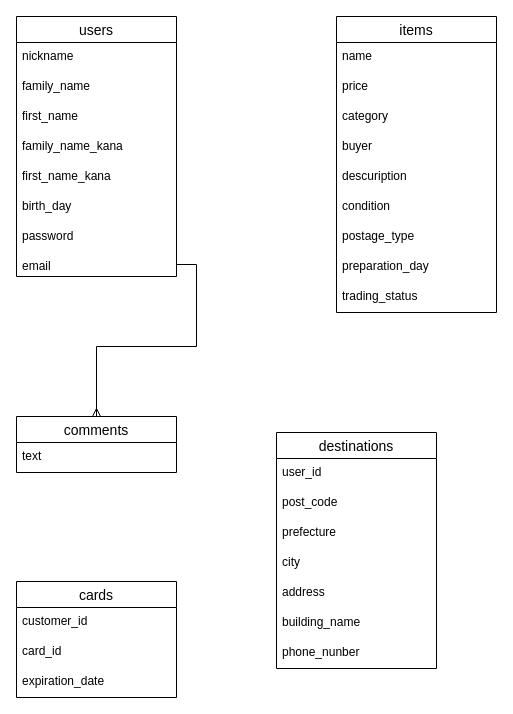
Before: furima.dio in nana-ikegami/furima-35082, a draw.io diagram. Source tidied: cells renumbered, new cells numbered last; positions are measured from the earlier drawing's top-left corner, leaving out a move shared by most shapes. Both pictures are drawn from the tidied source at 100%, with x=0, y=0 at pixel (16, 16).
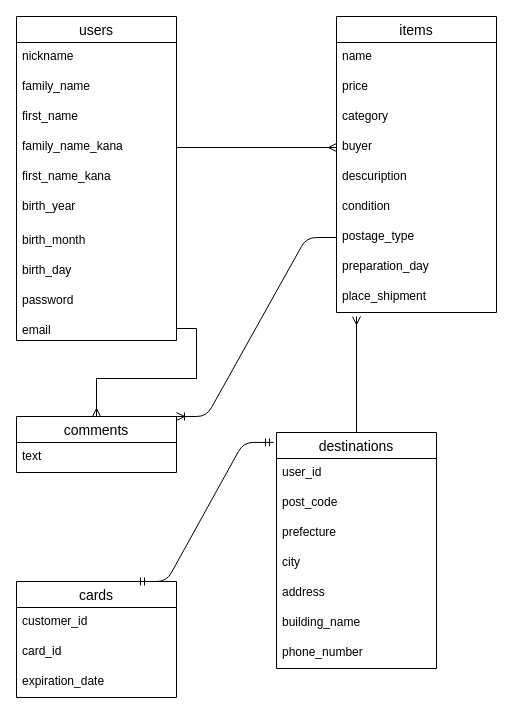
The same diagram, later.

Unchanged cells that the change refers to:
```xml
<mxCell id="6" value="family_name_kana" style="text;strokeColor=none;fillColor=none;spacingLeft=4;spacingRight=4;overflow=hidden;points=[[0,0.5],[1,0.5]];portConstraint=eastwest;fontSize=12;" parent="2" vertex="1">
  <mxGeometry y="116" width="160" height="30" as="geometry" />
</mxCell>
<mxCell id="11" value="items" style="swimlane;fontStyle=0;horizontal=1;startSize=26;align=center;fontSize=14;" parent="1" vertex="1">
  <mxGeometry x="320" width="160" height="296" as="geometry" />
</mxCell>
<mxCell id="15" value="buyer" style="text;strokeColor=none;fillColor=none;spacingLeft=4;spacingRight=4;overflow=hidden;points=[[0,0.5],[1,0.5]];portConstraint=eastwest;fontSize=12;" parent="11" vertex="1">
  <mxGeometry y="116" width="160" height="30" as="geometry" />
</mxCell>
<mxCell id="18" value="postage_type" style="text;strokeColor=none;fillColor=none;spacingLeft=4;spacingRight=4;overflow=hidden;points=[[0,0.5],[1,0.5]];portConstraint=eastwest;fontSize=12;" parent="11" vertex="1">
  <mxGeometry y="206" width="160" height="30" as="geometry" />
</mxCell>
<mxCell id="21" value="comments" style="swimlane;fontStyle=0;horizontal=1;startSize=26;align=center;fontSize=14;" parent="1" vertex="1">
  <mxGeometry y="400" width="160" height="56" as="geometry" />
</mxCell>
<mxCell id="23" value="cards" style="swimlane;fontStyle=0;horizontal=1;startSize=26;align=center;fontSize=14;" parent="1" vertex="1">
  <mxGeometry y="565" width="160" height="116" as="geometry" />
</mxCell>
<mxCell id="27" value="destinations" style="swimlane;fontStyle=0;horizontal=1;startSize=26;align=center;fontSize=14;" parent="1" vertex="1">
  <mxGeometry x="260" y="416" width="160" height="236" as="geometry" />
</mxCell>
```

The edit, as a diff of the source:
```diff
@@
     <mxCell id="2" value="users" style="swimlane;fontStyle=0;horizontal=1;startSize=26;align=center;fontSize=14;" parent="1" vertex="1">
-      <mxGeometry width="160" height="260" as="geometry" />
+      <mxGeometry width="160" height="324" as="geometry" />
     </mxCell>
@@
+    <mxCell id="36" value="birth_year" style="text;strokeColor=none;fillColor=none;spacingLeft=4;spacingRight=4;overflow=hidden;fontSize=12;" parent="2" vertex="1">
+      <mxGeometry y="176" width="160" height="34" as="geometry" />
+    </mxCell>
+    <mxCell id="37" value="birth_month" style="text;strokeColor=none;fillColor=none;spacingLeft=4;spacingRight=4;overflow=hidden;fontSize=12;" parent="2" vertex="1">
+      <mxGeometry y="210" width="160" height="30" as="geometry" />
+    </mxCell>
     <mxCell id="8" value="birth_day" style="text;strokeColor=none;fillColor=none;spacingLeft=4;spacingRight=4;overflow=hidden;fontSize=12;" parent="2" vertex="1">
-      <mxGeometry y="176" width="160" height="30" as="geometry" />
+      <mxGeometry y="240" width="160" height="30" as="geometry" />
     </mxCell>
     <mxCell id="9" value="password" style="text;strokeColor=none;fillColor=none;spacingLeft=4;spacingRight=4;overflow=hidden;fontSize=12;" parent="2" vertex="1">
-      <mxGeometry y="206" width="160" height="30" as="geometry" />
+      <mxGeometry y="270" width="160" height="30" as="geometry" />
     </mxCell>
     <mxCell id="10" value="email" style="text;strokeColor=none;fillColor=none;spacingLeft=4;spacingRight=4;overflow=hidden;points=[[0,0.5],[1,0.5]];portConstraint=eastwest;fontSize=12;" parent="2" vertex="1">
-      <mxGeometry y="236" width="160" height="24" as="geometry" />
+      <mxGeometry y="300" width="160" height="24" as="geometry" />
     </mxCell>
@@
-    <mxCell id="20" value="trading_status" style="text;strokeColor=none;fillColor=none;spacingLeft=4;spacingRight=4;overflow=hidden;fontSize=12;" parent="11" vertex="1">
+    <mxCell id="20" value="place_shipment" style="text;strokeColor=none;fillColor=none;spacingLeft=4;spacingRight=4;overflow=hidden;fontSize=12;" parent="11" vertex="1">
       <mxGeometry y="266" width="160" height="30" as="geometry" />
     </mxCell>
@@
+    <mxCell id="38" style="edgeStyle=orthogonalEdgeStyle;rounded=0;jettySize=auto;html=1;exitX=0.5;exitY=0;exitDx=0;exitDy=0;endArrow=ERmany;endFill=0;" parent="1" edge="1" source="27">
+      <mxGeometry relative="1" as="geometry">
+        <mxPoint x="340" y="300" as="targetPoint" />
+      </mxGeometry>
+    </mxCell>
@@
-    <mxCell id="34" value="phone_nunber" style="text;strokeColor=none;fillColor=none;spacingLeft=4;spacingRight=4;overflow=hidden;fontSize=12;" parent="27" vertex="1">
+    <mxCell id="34" value="phone_number" style="text;strokeColor=none;fillColor=none;spacingLeft=4;spacingRight=4;overflow=hidden;fontSize=12;" parent="27" vertex="1">
       <mxGeometry y="206" width="160" height="30" as="geometry" />
     </mxCell>
@@
+    <mxCell id="39" style="edgeStyle=orthogonalEdgeStyle;rounded=0;jettySize=auto;html=1;exitX=1;exitY=0.5;exitDx=0;exitDy=0;entryX=0;entryY=0.5;entryDx=0;entryDy=0;endArrow=ERmany;endFill=0;" parent="1" edge="1" source="6" target="15">
+      <mxGeometry relative="1" as="geometry" />
+    </mxCell>
+    <mxCell id="40" style="edgeStyle=entityRelationEdgeStyle;fontSize=12;html=1;endArrow=ERmandOne;startArrow=ERmandOne;exitX=0.75;exitY=0;exitDx=0;exitDy=0;entryX=-0.019;entryY=0.042;entryDx=0;entryDy=0;entryPerimeter=0;" parent="1" edge="1" source="23" target="27">
+      <mxGeometry relative="1" as="geometry" />
+    </mxCell>
+    <mxCell id="41" style="edgeStyle=entityRelationEdgeStyle;fontSize=12;html=1;endArrow=ERoneToMany;entryX=1;entryY=0;entryDx=0;entryDy=0;exitX=0;exitY=0.5;exitDx=0;exitDy=0;" parent="1" edge="1" source="18" target="21">
+      <mxGeometry relative="1" as="geometry" />
+    </mxCell>
```
